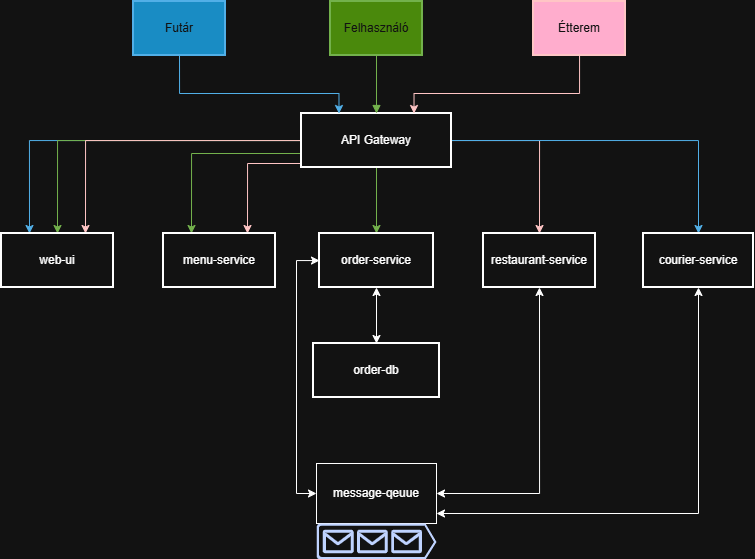
The draw.io diagram architecture.png in fay-ambrus/delivereats, before a commit. Source tidied: cells renumbered, new cells last; positions are measured from the earlier drawing's top-left corner, leaving out a move shared by most shapes.
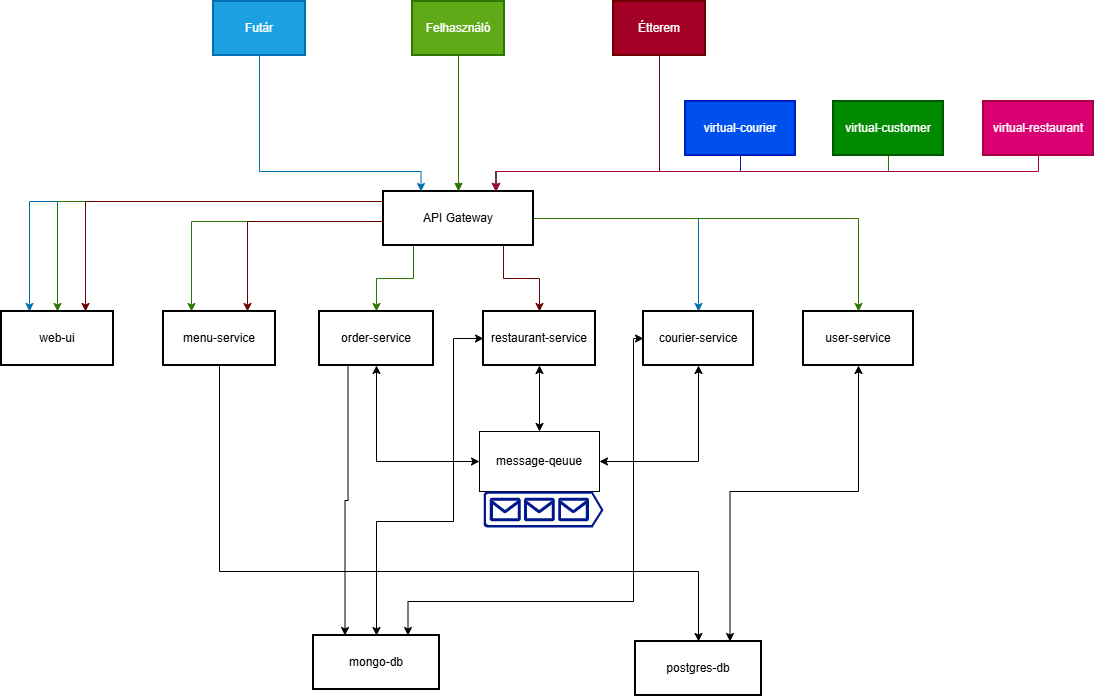
Later version of the same file.

Change to the diagram source:
```diff
@@ -3,87 +3,130 @@
     <mxCell id="0" />
     <mxCell id="1" parent="0" />
     <mxCell id="2" value="Felhasználó" style="whiteSpace=wrap;strokeWidth=2;fillColor=#60a917;fontColor=#ffffff;strokeColor=#2D7600;" parent="1" vertex="1">
-      <mxGeometry x="329" width="92" height="54" as="geometry" />
+      <mxGeometry x="411" y="-78" width="92" height="54" as="geometry" />
     </mxCell>
     <mxCell id="3" style="edgeStyle=orthogonalEdgeStyle;rounded=0;jettySize=auto;html=1;entryX=0.25;entryY=0;entryDx=0;entryDy=0;fillColor=#1ba1e2;strokeColor=#006EAF;" parent="1" edge="1" source="11" target="12">
-      <mxGeometry relative="1" as="geometry" />
+      <mxGeometry relative="1" as="geometry">
+        <Array as="points">
+          <mxPoint x="28" y="122" />
+        </Array>
+      </mxGeometry>
     </mxCell>
     <mxCell id="4" style="edgeStyle=orthogonalEdgeStyle;rounded=0;jettySize=auto;html=1;entryX=0.5;entryY=0;entryDx=0;entryDy=0;fillColor=#60a917;strokeColor=#2D7600;" parent="1" edge="1" source="11" target="12">
-      <mxGeometry relative="1" as="geometry" />
+      <mxGeometry relative="1" as="geometry">
+        <Array as="points">
+          <mxPoint x="56" y="122" />
+        </Array>
+      </mxGeometry>
     </mxCell>
     <mxCell id="5" style="edgeStyle=orthogonalEdgeStyle;rounded=0;jettySize=auto;html=1;entryX=0.75;entryY=0;entryDx=0;entryDy=0;fillColor=#a20025;strokeColor=#6F0000;" parent="1" edge="1" source="11" target="12">
-      <mxGeometry relative="1" as="geometry" />
+      <mxGeometry relative="1" as="geometry">
+        <Array as="points">
+          <mxPoint x="84" y="122" />
+        </Array>
+      </mxGeometry>
     </mxCell>
     <mxCell id="6" style="edgeStyle=orthogonalEdgeStyle;rounded=0;jettySize=auto;html=1;entryX=0.25;entryY=0;entryDx=0;entryDy=0;fillColor=#60a917;strokeColor=#2D7600;" parent="1" edge="1" source="11" target="13">
       <mxGeometry relative="1" as="geometry">
         <Array as="points">
-          <mxPoint x="190" y="152" />
+          <mxPoint x="190" y="142" />
         </Array>
       </mxGeometry>
     </mxCell>
     <mxCell id="7" style="edgeStyle=orthogonalEdgeStyle;rounded=0;jettySize=auto;html=1;exitX=0.5;exitY=1;exitDx=0;exitDy=0;entryX=0.75;entryY=0;entryDx=0;entryDy=0;fillColor=#a20025;strokeColor=#6F0000;" parent="1" edge="1" source="11" target="13">
       <mxGeometry relative="1" as="geometry">
         <Array as="points">
-          <mxPoint x="302" y="166" />
-          <mxPoint x="302" y="162" />
-          <mxPoint x="246" y="162" />
+          <mxPoint x="457" y="142" />
+          <mxPoint x="246" y="142" />
         </Array>
       </mxGeometry>
     </mxCell>
     <mxCell id="8" style="edgeStyle=orthogonalEdgeStyle;rounded=0;jettySize=auto;html=1;exitX=0.5;exitY=1;exitDx=0;exitDy=0;entryX=0.5;entryY=0;entryDx=0;entryDy=0;fillColor=#60a917;strokeColor=#2D7600;" parent="1" edge="1" source="11" target="16">
-      <mxGeometry relative="1" as="geometry" />
+      <mxGeometry relative="1" as="geometry">
+        <Array as="points">
+          <mxPoint x="412" y="166" />
+          <mxPoint x="412" y="199" />
+          <mxPoint x="375" y="199" />
+        </Array>
+      </mxGeometry>
     </mxCell>
     <mxCell id="9" style="edgeStyle=orthogonalEdgeStyle;rounded=0;jettySize=auto;html=1;entryX=0.5;entryY=0;entryDx=0;entryDy=0;fillColor=#a20025;strokeColor=#6F0000;" parent="1" edge="1" source="11" target="17">
-      <mxGeometry relative="1" as="geometry" />
+      <mxGeometry relative="1" as="geometry">
+        <Array as="points">
+          <mxPoint x="502" y="199" />
+          <mxPoint x="538" y="199" />
+        </Array>
+      </mxGeometry>
     </mxCell>
     <mxCell id="10" style="edgeStyle=orthogonalEdgeStyle;rounded=0;jettySize=auto;html=1;exitX=1;exitY=0.5;exitDx=0;exitDy=0;entryX=0.5;entryY=0;entryDx=0;entryDy=0;fillColor=#1ba1e2;strokeColor=#006EAF;" parent="1" edge="1" source="11" target="19">
       <mxGeometry relative="1" as="geometry" />
     </mxCell>
+    <mxCell id="29" style="edgeStyle=orthogonalEdgeStyle;rounded=0;jettySize=auto;html=1;entryX=0.5;entryY=0;entryDx=0;entryDy=0;fillColor=#60a917;strokeColor=#2D7600;" parent="1" edge="1" source="11" target="35">
+      <mxGeometry relative="1" as="geometry" />
+    </mxCell>
     <mxCell id="11" value="API Gateway" style="whiteSpace=wrap;strokeWidth=2;" parent="1" vertex="1">
-      <mxGeometry x="300" y="112" width="150" height="54" as="geometry" />
+      <mxGeometry x="382" y="112" width="150" height="54" as="geometry" />
     </mxCell>
     <mxCell id="12" value="web-ui" style="whiteSpace=wrap;strokeWidth=2;" parent="1" vertex="1">
       <mxGeometry y="232" width="112" height="54" as="geometry" />
     </mxCell>
+    <mxCell id="30" style="edgeStyle=orthogonalEdgeStyle;rounded=0;jettySize=auto;html=1;" parent="1" edge="1" source="13" target="36">
+      <mxGeometry relative="1" as="geometry">
+        <Array as="points">
+          <mxPoint x="218" y="492" />
+          <mxPoint x="697" y="492" />
+        </Array>
+      </mxGeometry>
+    </mxCell>
     <mxCell id="13" value="menu-service" style="whiteSpace=wrap;strokeWidth=2;" parent="1" vertex="1">
       <mxGeometry x="162" y="232" width="112" height="54" as="geometry" />
     </mxCell>
-    <mxCell id="14" style="edgeStyle=orthogonalEdgeStyle;rounded=0;jettySize=auto;html=1;exitX=0.5;exitY=1;exitDx=0;exitDy=0;entryX=0.5;entryY=0;entryDx=0;entryDy=0;startArrow=classic;startFill=1;" parent="1" edge="1" source="16" target="18">
+    <mxCell id="14" style="edgeStyle=orthogonalEdgeStyle;rounded=0;jettySize=auto;html=1;exitX=0.25;exitY=1;exitDx=0;exitDy=0;entryX=0.25;entryY=0;entryDx=0;entryDy=0;" parent="1" edge="1" source="16" target="18">
       <mxGeometry relative="1" as="geometry" />
     </mxCell>
-    <mxCell id="15" style="edgeStyle=orthogonalEdgeStyle;rounded=0;jettySize=auto;html=1;entryX=0;entryY=0.5;entryDx=0;entryDy=0;startArrow=classic;startFill=1;" parent="1" edge="1" source="16" target="27">
-      <mxGeometry relative="1" as="geometry">
-        <Array as="points">
-          <mxPoint x="295" y="259" />
-          <mxPoint x="295" y="492" />
-        </Array>
-      </mxGeometry>
-    </mxCell>
     <mxCell id="16" value="order-service" style="whiteSpace=wrap;strokeWidth=2;" parent="1" vertex="1">
       <mxGeometry x="318" y="232" width="114" height="54" as="geometry" />
     </mxCell>
+    <mxCell id="31" style="edgeStyle=orthogonalEdgeStyle;rounded=0;jettySize=auto;html=1;exitX=0;exitY=0.5;exitDx=0;exitDy=0;entryX=0.5;entryY=0;entryDx=0;entryDy=0;startArrow=classic;startFill=1;" parent="1" edge="1" source="17" target="18">
+      <mxGeometry relative="1" as="geometry">
+        <Array as="points">
+          <mxPoint x="452" y="259" />
+          <mxPoint x="452" y="442" />
+          <mxPoint x="375" y="442" />
+        </Array>
+      </mxGeometry>
+    </mxCell>
     <mxCell id="17" value="restaurant-service" style="whiteSpace=wrap;strokeWidth=2;" parent="1" vertex="1">
       <mxGeometry x="482" y="232" width="112" height="54" as="geometry" />
     </mxCell>
-    <mxCell id="18" value="order-db" style="whiteSpace=wrap;strokeWidth=2;" parent="1" vertex="1">
-      <mxGeometry x="312" y="342" width="126" height="54" as="geometry" />
+    <mxCell id="18" value="mongo-db" style="whiteSpace=wrap;strokeWidth=2;" parent="1" vertex="1">
+      <mxGeometry x="312" y="556" width="126" height="54" as="geometry" />
     </mxCell>
+    <mxCell id="32" style="edgeStyle=orthogonalEdgeStyle;rounded=0;jettySize=auto;html=1;exitX=0;exitY=0.5;exitDx=0;exitDy=0;entryX=0.75;entryY=0;entryDx=0;entryDy=0;startArrow=classic;startFill=1;" parent="1" edge="1" source="19" target="18">
+      <mxGeometry relative="1" as="geometry">
+        <Array as="points">
+          <mxPoint x="632" y="259" />
+          <mxPoint x="632" y="522" />
+          <mxPoint x="407" y="522" />
+        </Array>
+      </mxGeometry>
+    </mxCell>
     <mxCell id="19" value="courier-service" style="whiteSpace=wrap;strokeWidth=2;" parent="1" vertex="1">
       <mxGeometry x="642" y="232" width="110" height="54" as="geometry" />
     </mxCell>
     <mxCell id="20" style="curved=1;startArrow=none;endArrow=block;exitX=0.5;exitY=1;entryX=0.5;entryY=0;fillColor=#60a917;strokeColor=#2D7600;" parent="1" edge="1" source="2" target="11">
       <mxGeometry relative="1" as="geometry" />
     </mxCell>
-    <mxCell id="21" style="edgeStyle=orthogonalEdgeStyle;rounded=0;jettySize=auto;html=1;exitX=0.5;exitY=1;exitDx=0;exitDy=0;entryX=0.25;entryY=0;entryDx=0;entryDy=0;fillColor=#1ba1e2;strokeColor=#006EAF;" parent="1" edge="1" source="22" target="11">
+    <mxCell id="21" style="edgeStyle=orthogonalEdgeStyle;rounded=0;jettySize=auto;html=1;entryX=0.25;entryY=0;entryDx=0;entryDy=0;fillColor=#1ba1e2;strokeColor=#006EAF;" parent="1" edge="1" source="22" target="11">
       <mxGeometry relative="1" as="geometry">
         <Array as="points">
-          <mxPoint x="178" y="92" />
-          <mxPoint x="338" y="92" />
+          <mxPoint x="258" y="92" />
+          <mxPoint x="420" y="92" />
         </Array>
       </mxGeometry>
     </mxCell>
     <mxCell id="22" value="Futár" style="whiteSpace=wrap;strokeWidth=2;fillColor=#1ba1e2;fontColor=#ffffff;strokeColor=#006EAF;" parent="1" vertex="1">
-      <mxGeometry x="132" width="92" height="54" as="geometry" />
+      <mxGeometry x="212" y="-78" width="92" height="54" as="geometry" />
     </mxCell>
     <mxCell id="23" style="edgeStyle=orthogonalEdgeStyle;rounded=0;jettySize=auto;html=1;entryX=0.75;entryY=0;entryDx=0;entryDy=0;fillColor=#a20025;strokeColor=#6F0000;" parent="1" edge="1" source="24" target="11">
       <mxGeometry relative="1" as="geometry">
@@ -94,27 +137,69 @@
       </mxGeometry>
     </mxCell>
     <mxCell id="24" value="Étterem" style="whiteSpace=wrap;strokeWidth=2;fillColor=#a20025;fontColor=#ffffff;strokeColor=#6F0000;" parent="1" vertex="1">
-      <mxGeometry x="532" width="92" height="54" as="geometry" />
+      <mxGeometry x="612" y="-78" width="92" height="54" as="geometry" />
     </mxCell>
+    <mxCell id="33" style="edgeStyle=orthogonalEdgeStyle;rounded=0;jettySize=auto;html=1;entryX=0.5;entryY=1;entryDx=0;entryDy=0;startArrow=classic;startFill=1;" parent="1" edge="1" source="27" target="16">
+      <mxGeometry relative="1" as="geometry" />
+    </mxCell>
-    <mxCell id="25" style="edgeStyle=orthogonalEdgeStyle;rounded=0;jettySize=auto;html=1;exitX=1;exitY=0.5;exitDx=0;exitDy=0;entryX=0.5;entryY=1;entryDx=0;entryDy=0;startArrow=classic;startFill=1;" parent="1" edge="1" source="27" target="17">
-      <mxGeometry relative="1" as="geometry">
-        <Array as="points">
-          <mxPoint x="538" y="492" />
-        </Array>
-      </mxGeometry>
+    <mxCell id="25" style="edgeStyle=orthogonalEdgeStyle;rounded=0;jettySize=auto;html=1;entryX=0.5;entryY=1;entryDx=0;entryDy=0;startArrow=classic;startFill=1;" parent="1" edge="1" source="27" target="17">
+      <mxGeometry relative="1" as="geometry" />
     </mxCell>
-    <mxCell id="26" style="edgeStyle=orthogonalEdgeStyle;rounded=0;jettySize=auto;html=1;entryX=0.5;entryY=1;entryDx=0;entryDy=0;startArrow=classic;startFill=1;" parent="1" edge="1" source="27" target="19">
-      <mxGeometry relative="1" as="geometry">
-        <Array as="points">
-          <mxPoint x="697" y="512" />
-        </Array>
-      </mxGeometry>
+    <mxCell id="26" style="edgeStyle=orthogonalEdgeStyle;rounded=0;jettySize=auto;html=1;exitX=1;exitY=0.5;exitDx=0;exitDy=0;entryX=0.5;entryY=1;entryDx=0;entryDy=0;startArrow=classic;startFill=1;" parent="1" edge="1" source="27" target="19">
+      <mxGeometry relative="1" as="geometry" />
     </mxCell>
     <mxCell id="27" value="message-qeuue" style="rounded=0;whiteSpace=wrap;html=1;" parent="1" vertex="1">
-      <mxGeometry x="315" y="462" width="120" height="60" as="geometry" />
+      <mxGeometry x="478" y="352" width="120" height="60" as="geometry" />
     </mxCell>
     <mxCell id="28" style="sketch=0;shadow=0;dashed=0;html=1;strokeColor=none;labelPosition=center;verticalLabelPosition=bottom;verticalAlign=top;align=center;fillColor=#00188D;shape=mxgraph.azure.queue_generic;" parent="1" vertex="1">
-      <mxGeometry x="315" y="522" width="120" height="36" as="geometry" />
+      <mxGeometry x="482" y="412" width="120" height="36" as="geometry" />
     </mxCell>
+    <mxCell id="34" style="edgeStyle=orthogonalEdgeStyle;rounded=0;jettySize=auto;html=1;entryX=0.75;entryY=0;entryDx=0;entryDy=0;startArrow=classic;startFill=1;" parent="1" edge="1" source="35" target="36">
+      <mxGeometry relative="1" as="geometry">
+        <Array as="points">
+          <mxPoint x="857" y="412" />
+          <mxPoint x="729" y="412" />
+        </Array>
+      </mxGeometry>
+    </mxCell>
+    <mxCell id="35" value="user-service" style="whiteSpace=wrap;strokeWidth=2;" parent="1" vertex="1">
+      <mxGeometry x="802" y="232" width="110" height="54" as="geometry" />
+    </mxCell>
+    <mxCell id="36" value="postgres-db" style="whiteSpace=wrap;strokeWidth=2;" parent="1" vertex="1">
+      <mxGeometry x="634" y="562" width="126" height="54" as="geometry" />
+    </mxCell>
+    <mxCell id="37" style="edgeStyle=orthogonalEdgeStyle;rounded=0;jettySize=auto;html=1;entryX=0.75;entryY=0;entryDx=0;entryDy=0;fillColor=#0050ef;strokeColor=#001DBC;" parent="1" edge="1" source="38" target="11">
+      <mxGeometry relative="1" as="geometry">
+        <Array as="points">
+          <mxPoint x="739" y="92" />
+          <mxPoint x="495" y="92" />
+        </Array>
+      </mxGeometry>
+    </mxCell>
+    <mxCell id="38" value="virtual-courier" style="whiteSpace=wrap;strokeWidth=2;fillColor=#0050ef;fontColor=#ffffff;strokeColor=#001DBC;" parent="1" vertex="1">
+      <mxGeometry x="684" y="22" width="110" height="54" as="geometry" />
+    </mxCell>
+    <mxCell id="39" style="edgeStyle=orthogonalEdgeStyle;rounded=0;jettySize=auto;html=1;entryX=0.75;entryY=0;entryDx=0;entryDy=0;fillColor=#60a917;strokeColor=#2D7600;" parent="1" edge="1" source="40" target="11">
+      <mxGeometry relative="1" as="geometry">
+        <Array as="points">
+          <mxPoint x="887" y="92" />
+          <mxPoint x="495" y="92" />
+        </Array>
+      </mxGeometry>
+    </mxCell>
+    <mxCell id="40" value="virtual-customer" style="whiteSpace=wrap;strokeWidth=2;fillColor=#008a00;fontColor=#ffffff;strokeColor=#005700;" parent="1" vertex="1">
+      <mxGeometry x="832" y="22" width="110" height="54" as="geometry" />
+    </mxCell>
+    <mxCell id="41" style="edgeStyle=orthogonalEdgeStyle;rounded=0;jettySize=auto;html=1;entryX=0.75;entryY=0;entryDx=0;entryDy=0;fillColor=#d80073;strokeColor=#A50040;" parent="1" edge="1" source="42" target="11">
+      <mxGeometry relative="1" as="geometry">
+        <Array as="points">
+          <mxPoint x="1037" y="92" />
+          <mxPoint x="495" y="92" />
+        </Array>
+      </mxGeometry>
+    </mxCell>
+    <mxCell id="42" value="virtual-restaurant" style="whiteSpace=wrap;strokeWidth=2;fillColor=#d80073;fontColor=#ffffff;strokeColor=#A50040;" parent="1" vertex="1">
+      <mxGeometry x="982" y="22" width="110" height="54" as="geometry" />
+    </mxCell>
   </root>
 </mxGraphModel>
```
